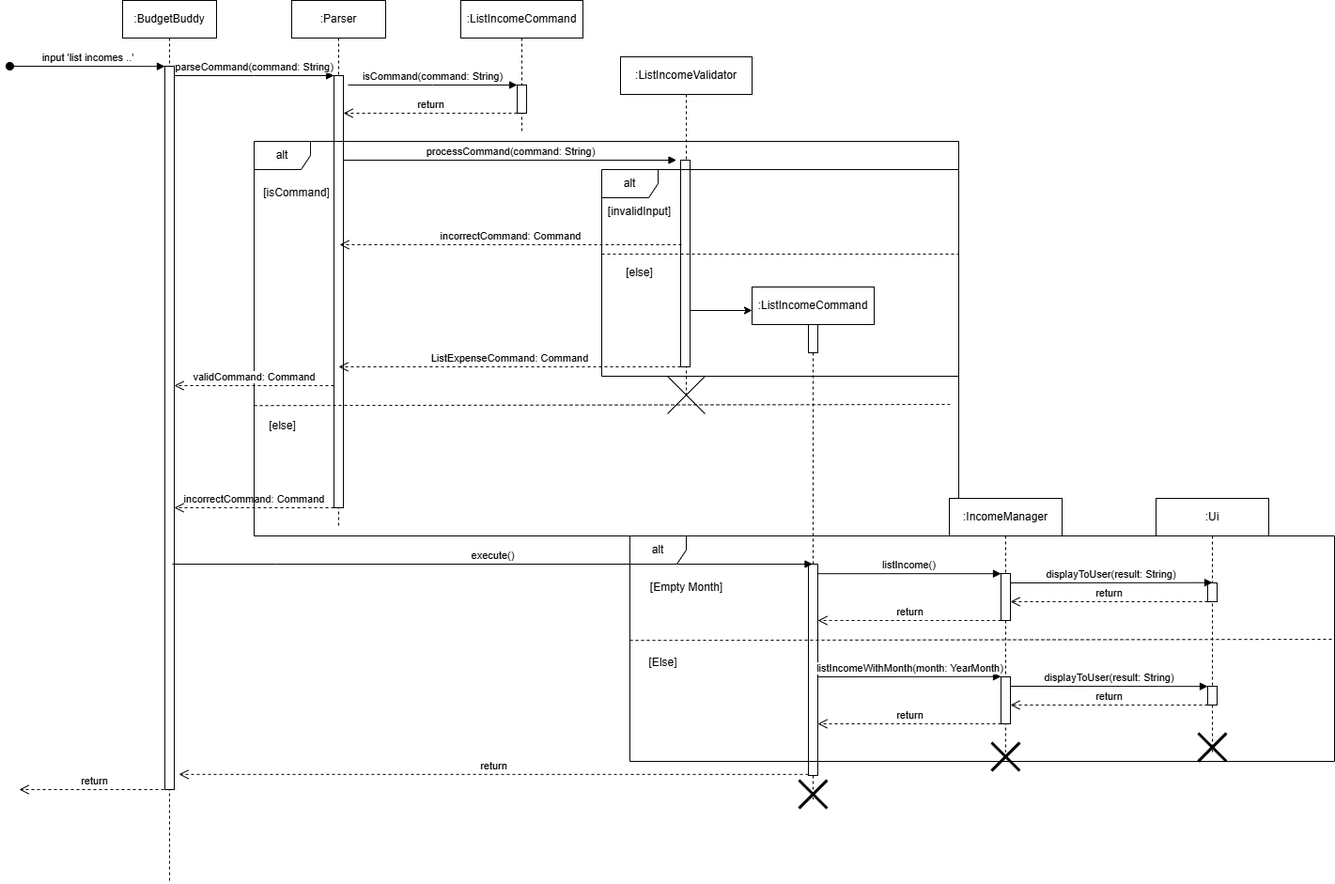
The draw.io diagram docs/diagrams/ListIncomeSequenceDiagram.drawio.png in telferang/tp, before a commit. Source tidied: cells renumbered, new cells last; positions are measured from the earlier drawing's top-left corner, leaving out a move shared by most shapes.
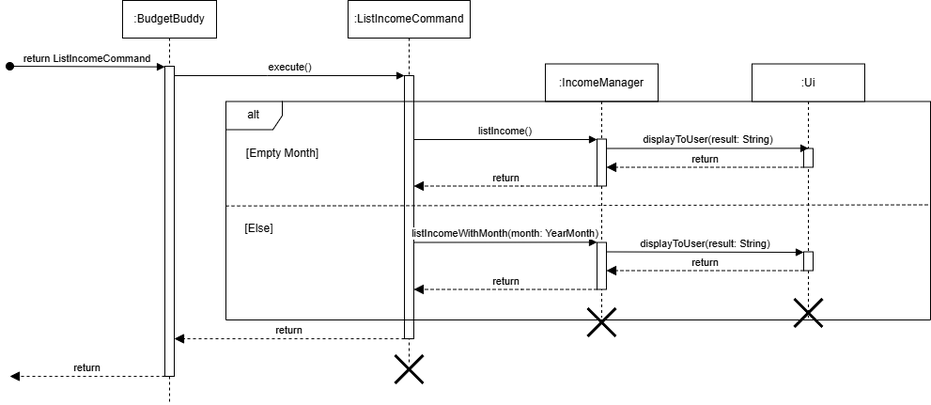
The same diagram one commit later.

Commit message:
Update DG Contents (List and Edit Features)

Update List and Edit Feature [Based on updated formatting]

The edit, as a diff of the source:
```diff
@@ -3,152 +3,26 @@
     <mxCell id="0" />
     <mxCell id="1" parent="0" />
     <mxCell id="2" value=":BudgetBuddy" style="shape=umlLifeline;perimeter=lifelinePerimeter;whiteSpace=wrap;html=1;newEdgeStyle={&quot;edgeStyle&quot;:&quot;elbowEdgeStyle&quot;,&quot;elbow&quot;:&quot;vertical&quot;,&quot;curved&quot;:0,&quot;rounded&quot;:0};" parent="1" vertex="1">
-      <mxGeometry x="120" width="100" height="940" as="geometry" />
+      <mxGeometry x="550" y="462.5" width="100" height="430" as="geometry" />
     </mxCell>
     <mxCell id="3" style="html=1;points=[];perimeter=orthogonalPerimeter;outlineConnect=0;targetShapes=umlLifeline;portConstraint=eastwest;newEdgeStyle={&quot;edgeStyle&quot;:&quot;elbowEdgeStyle&quot;,&quot;elbow&quot;:&quot;vertical&quot;,&quot;curved&quot;:0,&quot;rounded&quot;:0};" parent="2" vertex="1">
-      <mxGeometry x="45" y="70" width="10" height="770" as="geometry" />
+      <mxGeometry x="45" y="70" width="10" height="330" as="geometry" />
     </mxCell>
-    <mxCell id="4" value="input 'list incomes ..'" style="html=1;verticalAlign=bottom;startArrow=oval;endArrow=block;startSize=8;edgeStyle=elbowEdgeStyle;elbow=vertical;curved=0;rounded=0;" parent="2" edge="1" target="3">
+    <mxCell id="4" value="return ListIncomeCommand" style="html=1;verticalAlign=bottom;startArrow=oval;endArrow=block;startSize=8;edgeStyle=elbowEdgeStyle;elbow=vertical;curved=0;rounded=0;" parent="2" edge="1" target="3">
       <mxGeometry relative="1" as="geometry">
         <mxPoint x="-120" y="70" as="sourcePoint" />
       </mxGeometry>
     </mxCell>
-    <mxCell id="5" value=":Parser" style="shape=umlLifeline;perimeter=lifelinePerimeter;whiteSpace=wrap;html=1;newEdgeStyle={&quot;edgeStyle&quot;:&quot;elbowEdgeStyle&quot;,&quot;elbow&quot;:&quot;vertical&quot;,&quot;curved&quot;:0,&quot;rounded&quot;:0};" parent="1" vertex="1">
-      <mxGeometry x="300" width="100" height="560" as="geometry" />
-    </mxCell>
-    <mxCell id="6" style="html=1;points=[];perimeter=orthogonalPerimeter;outlineConnect=0;targetShapes=umlLifeline;portConstraint=eastwest;newEdgeStyle={&quot;edgeStyle&quot;:&quot;elbowEdgeStyle&quot;,&quot;elbow&quot;:&quot;vertical&quot;,&quot;curved&quot;:0,&quot;rounded&quot;:0};" parent="5" vertex="1">
-      <mxGeometry x="45" y="80" width="10" height="460" as="geometry" />
-    </mxCell>
-    <mxCell id="7" value="parseCommand(command: String)" style="html=1;verticalAlign=bottom;endArrow=block;edgeStyle=elbowEdgeStyle;elbow=vertical;curved=0;rounded=0;" parent="1" edge="1" source="3" target="6">
-      <mxGeometry relative="1" as="geometry">
-        <Array as="points">
-          <mxPoint x="260" y="80" />
-        </Array>
-      </mxGeometry>
-    </mxCell>
-    <mxCell id="8" value="incorrectCommand: Command" style="html=1;verticalAlign=bottom;endArrow=open;dashed=1;endSize=8;edgeStyle=elbowEdgeStyle;elbow=vertical;curved=0;rounded=0;" parent="1" edge="1">
-      <mxGeometry relative="1" as="geometry">
-        <mxPoint x="345" y="540" as="sourcePoint" />
-        <mxPoint x="175" y="540" as="targetPoint" />
-        <Array as="points">
-          <mxPoint x="270" y="540" />
-        </Array>
-      </mxGeometry>
-    </mxCell>
-    <mxCell id="9" value=":ListIncomeValidator" style="shape=umlLifeline;perimeter=lifelinePerimeter;whiteSpace=wrap;html=1;newEdgeStyle={&quot;edgeStyle&quot;:&quot;elbowEdgeStyle&quot;,&quot;elbow&quot;:&quot;vertical&quot;,&quot;curved&quot;:0,&quot;rounded&quot;:0};" parent="1" vertex="1">
-      <mxGeometry x="650" y="60" width="140" height="360" as="geometry" />
-    </mxCell>
-    <mxCell id="10" style="html=1;points=[];perimeter=orthogonalPerimeter;outlineConnect=0;targetShapes=umlLifeline;portConstraint=eastwest;newEdgeStyle={&quot;edgeStyle&quot;:&quot;elbowEdgeStyle&quot;,&quot;elbow&quot;:&quot;vertical&quot;,&quot;curved&quot;:0,&quot;rounded&quot;:0};" parent="9" vertex="1">
-      <mxGeometry x="64" y="110" width="10" height="220" as="geometry" />
-    </mxCell>
-    <mxCell id="11" style="shape=mxgraph.sysml.x;" parent="9" vertex="1">
-      <mxGeometry x="50" y="340" width="40" height="40" as="geometry" />
-    </mxCell>
-    <mxCell id="12" value="processCommand(command: String)" style="html=1;verticalAlign=bottom;endArrow=block;edgeStyle=elbowEdgeStyle;elbow=vertical;curved=0;rounded=0;" parent="1" edge="1">
-      <mxGeometry relative="1" as="geometry">
-        <mxPoint x="355.5" y="170" as="sourcePoint" />
-        <mxPoint x="709.5" y="170" as="targetPoint" />
-        <Array as="points">
-          <mxPoint x="465.5" y="170" />
-        </Array>
-      </mxGeometry>
-    </mxCell>
-    <mxCell id="13" value="ListExpenseCommand: Command" style="html=1;verticalAlign=bottom;endArrow=open;dashed=1;endSize=8;edgeStyle=elbowEdgeStyle;elbow=vertical;curved=0;rounded=0;" parent="1" edge="1" source="10">
-      <mxGeometry relative="1" as="geometry">
-        <mxPoint x="350" y="390" as="targetPoint" />
-        <Array as="points">
-          <mxPoint x="460" y="390" />
-        </Array>
-      </mxGeometry>
-    </mxCell>
-    <mxCell id="14" value=":ListIncomeCommand" style="shape=umlLifeline;perimeter=lifelinePerimeter;whiteSpace=wrap;html=1;newEdgeStyle={&quot;edgeStyle&quot;:&quot;elbowEdgeStyle&quot;,&quot;elbow&quot;:&quot;vertical&quot;,&quot;curved&quot;:0,&quot;rounded&quot;:0};" parent="1" vertex="1">
-      <mxGeometry x="480" width="130" height="140" as="geometry" />
-    </mxCell>
-    <mxCell id="15" style="html=1;points=[];perimeter=orthogonalPerimeter;outlineConnect=0;targetShapes=umlLifeline;portConstraint=eastwest;newEdgeStyle={&quot;edgeStyle&quot;:&quot;elbowEdgeStyle&quot;,&quot;elbow&quot;:&quot;vertical&quot;,&quot;curved&quot;:0,&quot;rounded&quot;:0};" parent="14" vertex="1">
-      <mxGeometry x="60" y="90" width="10" height="30" as="geometry" />
-    </mxCell>
-    <mxCell id="16" value="isCommand(command: String)" style="html=1;verticalAlign=bottom;endArrow=block;edgeStyle=elbowEdgeStyle;elbow=vertical;curved=0;rounded=0;" parent="1" edge="1" target="15">
-      <mxGeometry relative="1" as="geometry">
-        <mxPoint x="360" y="90" as="sourcePoint" />
-        <Array as="points">
-          <mxPoint x="450" y="90" />
-        </Array>
-      </mxGeometry>
-    </mxCell>
-    <mxCell id="17" value="return" style="html=1;verticalAlign=bottom;endArrow=open;dashed=1;endSize=8;edgeStyle=elbowEdgeStyle;elbow=vertical;curved=0;rounded=0;" parent="1" edge="1" source="15" target="6">
-      <mxGeometry relative="1" as="geometry">
-        <Array as="points">
-          <mxPoint x="455" y="120" />
-        </Array>
-      </mxGeometry>
-    </mxCell>
-    <mxCell id="18" value="alt" style="shape=umlFrame;whiteSpace=wrap;html=1;" parent="1" vertex="1">
-      <mxGeometry x="260" y="150" width="750" height="420" as="geometry" />
-    </mxCell>
-    <mxCell id="19" style="endArrow=none;dashed=1;html=1;rounded=0;entryX=1.001;entryY=0.625;entryDx=0;entryDy=0;entryPerimeter=0;" parent="1" edge="1">
-      <mxGeometry relative="1" as="geometry">
-        <mxPoint x="260" y="431.2" as="sourcePoint" />
-        <mxPoint x="1000.7" y="430" as="targetPoint" />
-      </mxGeometry>
-    </mxCell>
-    <mxCell id="20" value="[else]" style="text;html=1;align=center;verticalAlign=middle;strokeColor=none;fillColor=none;" parent="1" vertex="1">
-      <mxGeometry x="265" y="438" width="50" height="30" as="geometry" />
-    </mxCell>
-    <mxCell id="21" value="[isCommand]" style="text;html=1;align=center;verticalAlign=middle;strokeColor=none;fillColor=none;" parent="1" vertex="1">
-      <mxGeometry x="260" y="190" width="90" height="30" as="geometry" />
-    </mxCell>
-    <mxCell id="22" value="alt" style="shape=umlFrame;whiteSpace=wrap;html=1;" parent="1" vertex="1">
-      <mxGeometry x="630" y="180" width="380" height="220" as="geometry" />
-    </mxCell>
-    <mxCell id="23" style="endArrow=none;dashed=1;html=1;rounded=0;entryX=1;entryY=0.409;entryDx=0;entryDy=0;entryPerimeter=0;" parent="1" edge="1" target="22">
-      <mxGeometry relative="1" as="geometry">
-        <mxPoint x="630" y="270" as="sourcePoint" />
-      </mxGeometry>
-    </mxCell>
-    <mxCell id="24" value="[invalidInput]" style="text;html=1;align=center;verticalAlign=middle;strokeColor=none;fillColor=none;" parent="1" vertex="1">
-      <mxGeometry x="625" y="210" width="90" height="30" as="geometry" />
-    </mxCell>
-    <mxCell id="25" value="[else]" style="text;html=1;align=center;verticalAlign=middle;strokeColor=none;fillColor=none;" parent="1" vertex="1">
-      <mxGeometry x="645" y="275" width="50" height="30" as="geometry" />
-    </mxCell>
-    <mxCell id="26" value="incorrectCommand: Command" style="html=1;verticalAlign=bottom;endArrow=open;dashed=1;endSize=8;edgeStyle=elbowEdgeStyle;elbow=vertical;curved=0;rounded=0;" parent="1" edge="1">
-      <mxGeometry relative="1" as="geometry">
-        <mxPoint x="715" y="260" as="sourcePoint" />
-        <mxPoint x="351" y="260" as="targetPoint" />
-        <Array as="points">
-          <mxPoint x="461" y="260" />
-        </Array>
-      </mxGeometry>
-    </mxCell>
-    <mxCell id="27" value="validCommand: Command" style="html=1;verticalAlign=bottom;endArrow=open;dashed=1;endSize=8;edgeStyle=elbowEdgeStyle;elbow=vertical;curved=0;rounded=0;" parent="1" edge="1" source="6" target="3">
-      <mxGeometry relative="1" as="geometry">
-        <Array as="points">
-          <mxPoint x="275" y="410" />
-        </Array>
-      </mxGeometry>
-    </mxCell>
     <mxCell id="28" value=":ListIncomeCommand" style="shape=umlLifeline;perimeter=lifelinePerimeter;whiteSpace=wrap;html=1;outlineConnect=0;portConstraint=eastwest;newEdgeStyle={&quot;edgeStyle&quot;:&quot;elbowEdgeStyle&quot;,&quot;elbow&quot;:&quot;vertical&quot;,&quot;curved&quot;:0,&quot;rounded&quot;:0};" parent="1" vertex="1">
-      <mxGeometry x="790" y="305" width="130" height="545" as="geometry" />
+      <mxGeometry x="790" y="462.5" width="130" height="387.5" as="geometry" />
     </mxCell>
-    <mxCell id="29" style="html=1;perimeter=orthogonalPerimeter;targetShapes=umlLifeline;newEdgeStyle={&quot;edgeStyle&quot;:&quot;elbowEdgeStyle&quot;,&quot;elbow&quot;:&quot;vertical&quot;,&quot;curved&quot;:0,&quot;rounded&quot;:0};" parent="28" vertex="1">
-      <mxGeometry x="60" y="40" width="10" height="30" as="geometry" />
-    </mxCell>
     <mxCell id="30" style="html=1;points=[[0,0,0,0,5],[0,1,0,0,-5],[1,0,0,0,5],[1,1,0,0,-5]];perimeter=orthogonalPerimeter;outlineConnect=0;targetShapes=umlLifeline;portConstraint=eastwest;newEdgeStyle={&quot;curved&quot;:0,&quot;rounded&quot;:0};" parent="28" vertex="1">
-      <mxGeometry x="60" y="295" width="10" height="225" as="geometry" />
+      <mxGeometry x="60" y="80" width="10" height="280" as="geometry" />
     </mxCell>
-    <mxCell id="31" style="shape=umlDestroy;whiteSpace=wrap;html=1;strokeWidth=3;targetShapes=umlLifeline;" parent="28" vertex="1">
-      <mxGeometry x="50" y="525" width="30" height="30" as="geometry" />
-    </mxCell>
-    <mxCell id="32" style="endArrow=classic;html=1;rounded=0;" parent="1" edge="1" source="10">
-      <mxGeometry relative="1" as="geometry">
-        <mxPoint x="790" y="330" as="targetPoint" />
-      </mxGeometry>
-    </mxCell>
-    <mxCell id="33" value="execute()" style="html=1;verticalAlign=bottom;endArrow=block;edgeStyle=elbowEdgeStyle;elbow=vertical;curved=0;rounded=0;" parent="1" edge="1" target="28">
+    <mxCell id="33" value="execute()" style="html=1;verticalAlign=bottom;endArrow=block;edgeStyle=elbowEdgeStyle;elbow=vertical;curved=0;rounded=0;" parent="1" edge="1" source="3" target="30">
       <mxGeometry relative="1" as="geometry">
-        <mxPoint x="173" y="600" as="sourcePoint" />
         <Array as="points">
-          <mxPoint x="283" y="600" />
+          <mxPoint x="704.2" y="542.5" />
         </Array>
       </mxGeometry>
     </mxCell>
@@ -156,7 +30,7 @@
       <mxGeometry x="1000" y="530" width="120" height="270" as="geometry" />
     </mxCell>
     <mxCell id="35" value="alt" style="shape=umlFrame;whiteSpace=wrap;html=1;" parent="1" vertex="1">
-      <mxGeometry x="660" y="570" width="750" height="240" as="geometry" />
+      <mxGeometry x="660" y="570" width="750" height="232.5" as="geometry" />
     </mxCell>
     <mxCell id="36" value="[Empty Month]" style="text;html=1;align=center;verticalAlign=middle;strokeColor=none;fillColor=none;" parent="1" vertex="1">
       <mxGeometry x="670" y="610" width="100" height="30" as="geometry" />
@@ -190,14 +64,14 @@
         <mxPoint x="-155" y="200" as="sourcePoint" />
       </mxGeometry>
     </mxCell>
-    <mxCell id="45" value="return" style="html=1;verticalAlign=bottom;endArrow=open;dashed=1;endSize=8;edgeStyle=elbowEdgeStyle;elbow=vertical;curved=0;rounded=0;" parent="39" edge="1" source="42" target="41">
+    <mxCell id="45" value="return" style="html=1;verticalAlign=bottom;endArrow=block;dashed=1;endSize=8;edgeStyle=elbowEdgeStyle;elbow=vertical;curved=0;rounded=0;endFill=1;" parent="39" edge="1" source="42" target="41">
       <mxGeometry relative="1" as="geometry">
         <Array as="points">
           <mxPoint x="-20" y="220" />
         </Array>
       </mxGeometry>
     </mxCell>
-    <mxCell id="46" value="return" style="html=1;verticalAlign=bottom;endArrow=open;dashed=1;endSize=8;edgeStyle=elbowEdgeStyle;elbow=vertical;curved=0;rounded=0;" parent="39" edge="1" source="41">
+    <mxCell id="46" value="return" style="html=1;verticalAlign=bottom;endArrow=block;dashed=1;endSize=8;edgeStyle=elbowEdgeStyle;elbow=vertical;curved=0;rounded=0;endFill=1;" parent="39" edge="1" source="41">
       <mxGeometry relative="1" as="geometry">
         <mxPoint x="-360" y="240" as="targetPoint" />
         <Array as="points">
@@ -215,14 +89,14 @@
         <mxPoint x="1065" y="620" as="sourcePoint" />
       </mxGeometry>
     </mxCell>
-    <mxCell id="49" value="return" style="html=1;verticalAlign=bottom;endArrow=open;dashed=1;endSize=8;edgeStyle=elbowEdgeStyle;elbow=vertical;curved=0;rounded=0;" parent="1" edge="1" source="40" target="38">
+    <mxCell id="49" value="return" style="html=1;verticalAlign=bottom;endArrow=block;dashed=1;endSize=8;edgeStyle=elbowEdgeStyle;elbow=vertical;curved=0;rounded=0;endFill=1;" parent="1" edge="1" source="40" target="38">
       <mxGeometry relative="1" as="geometry">
         <Array as="points">
           <mxPoint x="1200" y="640" />
         </Array>
       </mxGeometry>
     </mxCell>
-    <mxCell id="50" value="return" style="html=1;verticalAlign=bottom;endArrow=open;dashed=1;endSize=8;edgeStyle=elbowEdgeStyle;elbow=vertical;curved=0;rounded=0;" parent="1" edge="1" source="38" target="30">
+    <mxCell id="50" value="return" style="html=1;verticalAlign=bottom;endArrow=block;dashed=1;endSize=8;edgeStyle=elbowEdgeStyle;elbow=vertical;curved=0;rounded=0;endFill=1;" parent="1" edge="1" source="38" target="30">
       <mxGeometry relative="1" as="geometry">
         <Array as="points">
           <mxPoint x="975" y="660" />
@@ -235,13 +109,15 @@
         <mxPoint x="1408.5" y="680" as="targetPoint" />
       </mxGeometry>
     </mxCell>
-    <mxCell id="52" value="return" style="html=1;verticalAlign=bottom;endArrow=open;dashed=1;endSize=8;curved=0;rounded=0;entryX=1.5;entryY=0.979;entryDx=0;entryDy=0;entryPerimeter=0;" parent="1" edge="1" source="30" target="3">
-      <mxGeometry relative="1" as="geometry" />
+    <mxCell id="52" value="return" style="html=1;verticalAlign=bottom;endArrow=block;dashed=1;endSize=8;curved=0;rounded=0;endFill=1;" parent="1" edge="1">
+      <mxGeometry relative="1" as="geometry">
+        <mxPoint x="850" y="822.5" as="sourcePoint" />
+        <mxPoint x="605" y="822.5" as="targetPoint" />
+      </mxGeometry>
     </mxCell>
-    <mxCell id="53" value="return" style="html=1;verticalAlign=bottom;endArrow=open;dashed=1;endSize=8;curved=0;rounded=0;" parent="1" edge="1">
+    <mxCell id="53" value="return" style="html=1;verticalAlign=bottom;endArrow=block;dashed=1;endSize=8;curved=0;rounded=0;endFill=1;" parent="1" edge="1" source="3">
       <mxGeometry relative="1" as="geometry">
-        <mxPoint x="170" y="840" as="sourcePoint" />
-        <mxPoint x="10" y="840" as="targetPoint" />
+        <mxPoint x="430" y="862.5" as="targetPoint" />
       </mxGeometry>
     </mxCell>
     <mxCell id="54" style="shape=umlDestroy;whiteSpace=wrap;html=1;strokeWidth=3;targetShapes=umlLifeline;" parent="1" vertex="1">
@@ -250,5 +126,8 @@
     <mxCell id="55" style="shape=umlDestroy;whiteSpace=wrap;html=1;strokeWidth=3;targetShapes=umlLifeline;" parent="1" vertex="1">
       <mxGeometry x="1265" y="780" width="30" height="30" as="geometry" />
     </mxCell>
+    <mxCell id="31" style="shape=umlDestroy;whiteSpace=wrap;html=1;strokeWidth=3;targetShapes=umlLifeline;" parent="1" vertex="1">
+      <mxGeometry x="840" y="840" width="30" height="30" as="geometry" />
+    </mxCell>
   </root>
 </mxGraphModel>
```
